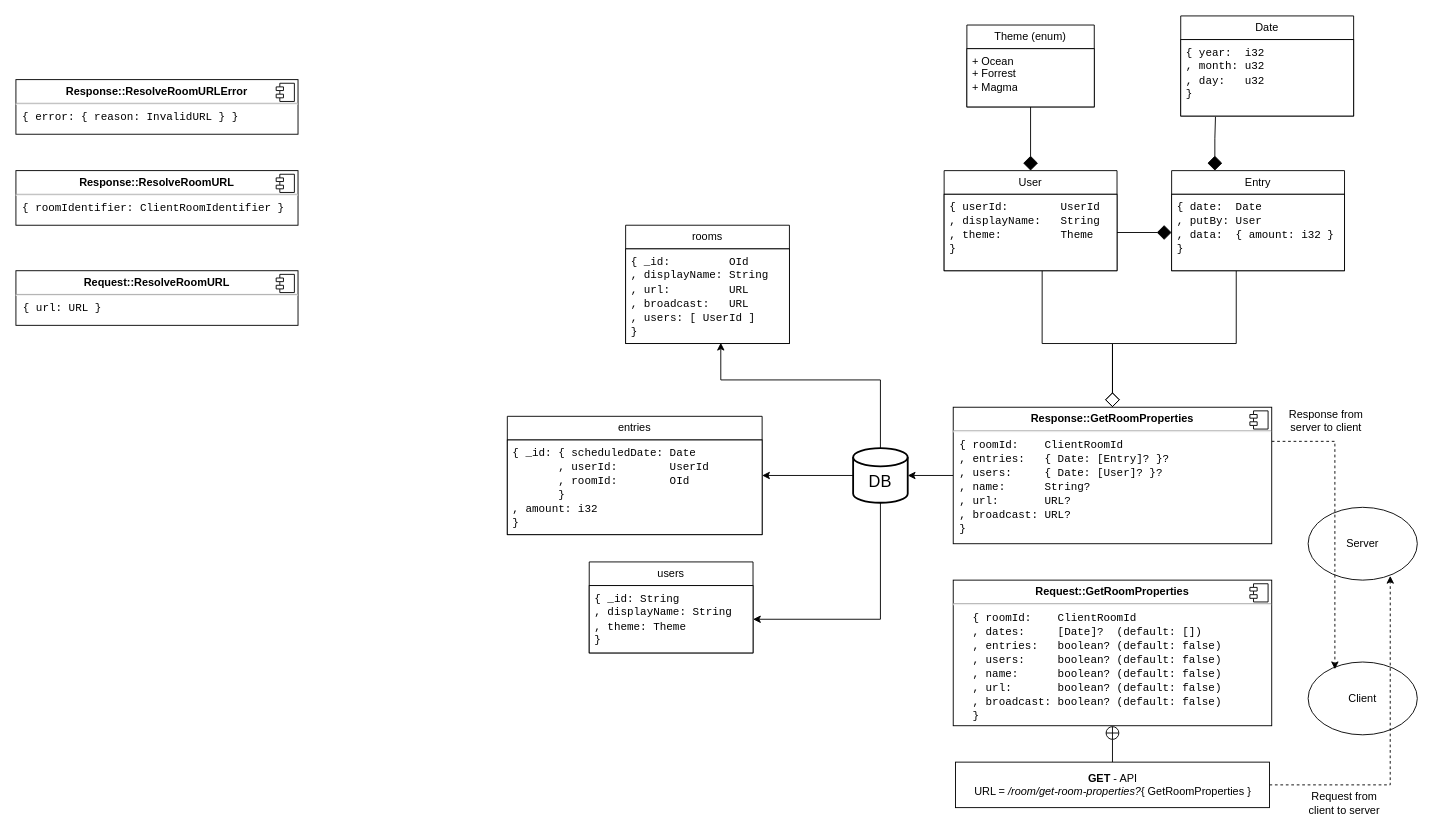
Earlier version of the draw.io diagram room-protocol.drawio (felixnaredi/situps.space). Source tidied: cells renumbered, new cells numbered last; positions are measured from the earlier drawing's top-left corner, leaving out a move shared by most shapes. Both pictures are drawn from the tidied source at 91%, with x=0, y=0 at pixel (15, 15).
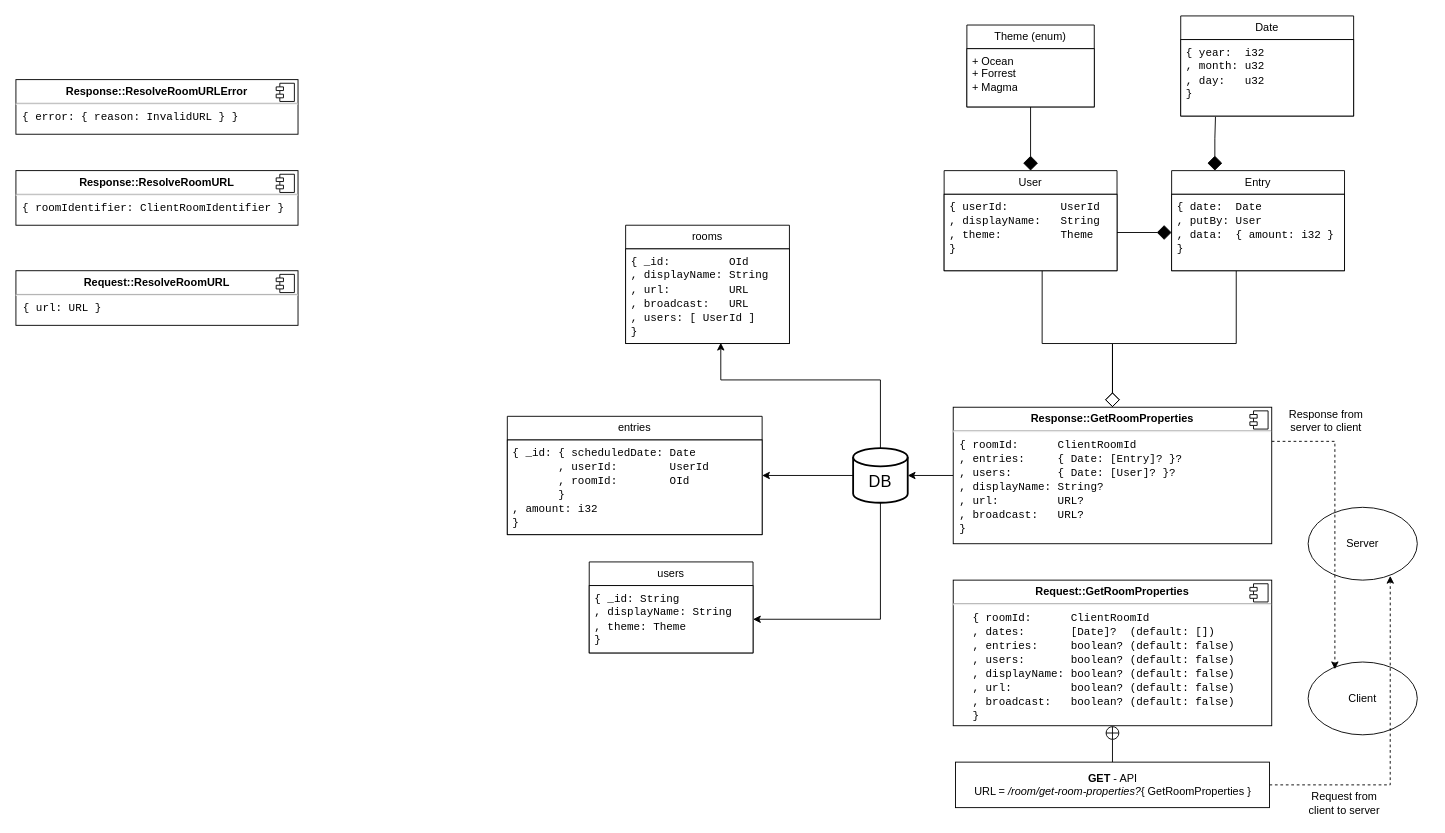
The same page after the edit.

Diff of the diagram source:
```diff
@@
-    <mxCell id="4" value="&lt;p style=&quot;margin:0px;margin-top:6px;text-align:center;&quot;&gt;&lt;b&gt;Request::GetRoomProperties&lt;/b&gt;&lt;br&gt;&lt;/p&gt;&lt;hr&gt;&lt;div&gt;&lt;font face=&quot;Courier New&quot;&gt;&amp;nbsp;&amp;nbsp; { roomId:&amp;nbsp;&amp;nbsp;&amp;nbsp; ClientRoomId&lt;/font&gt;&lt;/div&gt;&lt;div&gt;&lt;font face=&quot;Courier New&quot;&gt;&amp;nbsp;&amp;nbsp; , dates:&amp;nbsp;&amp;nbsp;&amp;nbsp;&amp;nbsp; [Date]?&amp;nbsp; (default: [])&lt;br&gt;&lt;/font&gt;&lt;/div&gt;&lt;div&gt;&lt;font face=&quot;Courier New&quot;&gt;&amp;nbsp;&amp;nbsp; , entries:&amp;nbsp;&amp;nbsp; boolean? (default: false)&lt;br&gt;&lt;/font&gt;&lt;/div&gt;&lt;div&gt;&lt;font face=&quot;Courier New&quot;&gt;&amp;nbsp;&amp;nbsp; , users:&amp;nbsp;&amp;nbsp;&amp;nbsp;&amp;nbsp; boolean? (default: false)&lt;br&gt;&lt;/font&gt;&lt;/div&gt;&lt;div&gt;&lt;font face=&quot;Courier New&quot;&gt;&amp;nbsp;&amp;nbsp; , name:&amp;nbsp;&amp;nbsp;&amp;nbsp;&amp;nbsp;&amp;nbsp; boolean? (default: false)&lt;br&gt;&lt;/font&gt;&lt;/div&gt;&lt;div&gt;&lt;font face=&quot;Courier New&quot;&gt;&amp;nbsp;&amp;nbsp; , url:&amp;nbsp;&amp;nbsp;&amp;nbsp;&amp;nbsp;&amp;nbsp;&amp;nbsp; boolean? (default: false)&lt;br&gt;&lt;/font&gt;&lt;/div&gt;&lt;div&gt;&lt;font face=&quot;Courier New&quot;&gt;&amp;nbsp;&amp;nbsp; , broadcast: boolean? (default: false)&lt;br&gt;&lt;/font&gt;&lt;/div&gt;&lt;div&gt;&lt;font face=&quot;Courier New&quot;&gt;&amp;nbsp;&amp;nbsp; }&lt;br&gt;&lt;/font&gt;&lt;/div&gt;" style="align=left;overflow=fill;html=1;whiteSpace=wrap;" parent="1" vertex="1">
+    <mxCell id="4" value="&lt;p style=&quot;margin:0px;margin-top:6px;text-align:center;&quot;&gt;&lt;b&gt;Request::GetRoomProperties&lt;/b&gt;&lt;br&gt;&lt;/p&gt;&lt;hr&gt;&lt;div&gt;&lt;font face=&quot;Courier New&quot;&gt;&amp;nbsp;&amp;nbsp; { roomId:&amp;nbsp;&amp;nbsp;&amp;nbsp;&amp;nbsp;&amp;nbsp; ClientRoomId&lt;/font&gt;&lt;/div&gt;&lt;div&gt;&lt;font face=&quot;Courier New&quot;&gt;&amp;nbsp;&amp;nbsp; , dates:&amp;nbsp;&amp;nbsp;&amp;nbsp;&amp;nbsp;&amp;nbsp;&amp;nbsp; [Date]?&amp;nbsp; (default: [])&lt;br&gt;&lt;/font&gt;&lt;/div&gt;&lt;div&gt;&lt;font face=&quot;Courier New&quot;&gt;&amp;nbsp;&amp;nbsp; , entries:&amp;nbsp;&amp;nbsp;&amp;nbsp;&amp;nbsp; boolean? (default: false)&lt;br&gt;&lt;/font&gt;&lt;/div&gt;&lt;div&gt;&lt;font face=&quot;Courier New&quot;&gt;&amp;nbsp;&amp;nbsp; , users:&amp;nbsp;&amp;nbsp;&amp;nbsp;&amp;nbsp;&amp;nbsp;&amp;nbsp; boolean? (default: false)&lt;br&gt;&lt;/font&gt;&lt;/div&gt;&lt;div&gt;&lt;font face=&quot;Courier New&quot;&gt;&amp;nbsp;&amp;nbsp; , displayName: boolean? (default: false)&lt;br&gt;&lt;/font&gt;&lt;/div&gt;&lt;div&gt;&lt;font face=&quot;Courier New&quot;&gt;&amp;nbsp;&amp;nbsp; , url:&amp;nbsp;&amp;nbsp;&amp;nbsp;&amp;nbsp;&amp;nbsp;&amp;nbsp;&amp;nbsp;&amp;nbsp; boolean? (default: false)&lt;br&gt;&lt;/font&gt;&lt;/div&gt;&lt;div&gt;&lt;font face=&quot;Courier New&quot;&gt;&amp;nbsp;&amp;nbsp; , broadcast:&amp;nbsp;&amp;nbsp; boolean? (default: false)&lt;br&gt;&lt;/font&gt;&lt;/div&gt;&lt;div&gt;&lt;font face=&quot;Courier New&quot;&gt;&amp;nbsp;&amp;nbsp; }&lt;br&gt;&lt;/font&gt;&lt;/div&gt;" style="align=left;overflow=fill;html=1;whiteSpace=wrap;" parent="1" vertex="1">
       <mxGeometry x="1030" y="620" width="350" height="160" as="geometry" />
     </mxCell>
@@
-    <mxCell id="15" value="&lt;p style=&quot;margin:0px;margin-top:6px;text-align:center;&quot;&gt;&lt;b&gt;Response::GetRoomProperties&lt;/b&gt;&lt;br&gt;&lt;/p&gt;&lt;hr&gt;&lt;div&gt;&lt;font face=&quot;Courier New&quot;&gt;&amp;nbsp;{ roomId: &amp;nbsp;&amp;nbsp; ClientRoomId&lt;/font&gt;&lt;/div&gt;&lt;div&gt;&lt;font face=&quot;Courier New&quot;&gt;&amp;nbsp;, entries:&amp;nbsp;&amp;nbsp; { Date: [Entry]? }?&lt;br&gt;&lt;/font&gt;&lt;/div&gt;&lt;div&gt;&lt;font face=&quot;Courier New&quot;&gt;&amp;nbsp;, users:&amp;nbsp;&amp;nbsp;&amp;nbsp;&amp;nbsp; { Date: [User]? }?&lt;br&gt;&lt;/font&gt;&lt;/div&gt;&lt;div&gt;&lt;font face=&quot;Courier New&quot;&gt;&amp;nbsp;, name:&amp;nbsp;&amp;nbsp; &amp;nbsp;&amp;nbsp; String?&lt;/font&gt;&lt;/div&gt;&lt;div&gt;&lt;font face=&quot;Courier New&quot;&gt;&amp;nbsp;, url:&amp;nbsp;&amp;nbsp; &amp;nbsp; &amp;nbsp; URL?&lt;br&gt;&lt;/font&gt;&lt;/div&gt;&lt;div&gt;&lt;font face=&quot;Courier New&quot;&gt;&amp;nbsp;, broadcast: URL?&lt;br&gt;&lt;/font&gt;&lt;/div&gt;&lt;div&gt;&lt;font face=&quot;Courier New&quot;&gt;&amp;nbsp;}&lt;br&gt;&lt;/font&gt;&lt;/div&gt;" style="align=left;overflow=fill;html=1;whiteSpace=wrap;" parent="1" vertex="1">
+    <mxCell id="15" value="&lt;p style=&quot;margin:0px;margin-top:6px;text-align:center;&quot;&gt;&lt;b&gt;Response::GetRoomProperties&lt;/b&gt;&lt;br&gt;&lt;/p&gt;&lt;hr&gt;&lt;div&gt;&lt;font face=&quot;Courier New&quot;&gt;&amp;nbsp;{ roomId: &amp;nbsp;&amp;nbsp;&amp;nbsp;&amp;nbsp; ClientRoomId&lt;/font&gt;&lt;/div&gt;&lt;div&gt;&lt;font face=&quot;Courier New&quot;&gt;&amp;nbsp;, entries:&amp;nbsp;&amp;nbsp;&amp;nbsp;&amp;nbsp; { Date: [Entry]? }?&lt;br&gt;&lt;/font&gt;&lt;/div&gt;&lt;div&gt;&lt;font face=&quot;Courier New&quot;&gt;&amp;nbsp;, users:&amp;nbsp;&amp;nbsp;&amp;nbsp; &amp;nbsp;&amp;nbsp; { Date: [User]? }?&lt;br&gt;&lt;/font&gt;&lt;/div&gt;&lt;div&gt;&lt;font face=&quot;Courier New&quot;&gt;&amp;nbsp;, displayName: String?&lt;/font&gt;&lt;/div&gt;&lt;div&gt;&lt;font face=&quot;Courier New&quot;&gt;&amp;nbsp;, url:&amp;nbsp;&amp;nbsp; &amp;nbsp; &amp;nbsp;&amp;nbsp;&amp;nbsp; URL?&lt;br&gt;&lt;/font&gt;&lt;/div&gt;&lt;div&gt;&lt;font face=&quot;Courier New&quot;&gt;&amp;nbsp;, broadcast:&amp;nbsp;&amp;nbsp; URL?&lt;br&gt;&lt;/font&gt;&lt;/div&gt;&lt;div&gt;&lt;font face=&quot;Courier New&quot;&gt;&amp;nbsp;}&lt;br&gt;&lt;/font&gt;&lt;/div&gt;" style="align=left;overflow=fill;html=1;whiteSpace=wrap;" parent="1" vertex="1">
       <mxGeometry x="1030" y="430" width="350" height="150" as="geometry" />
     </mxCell>
```
